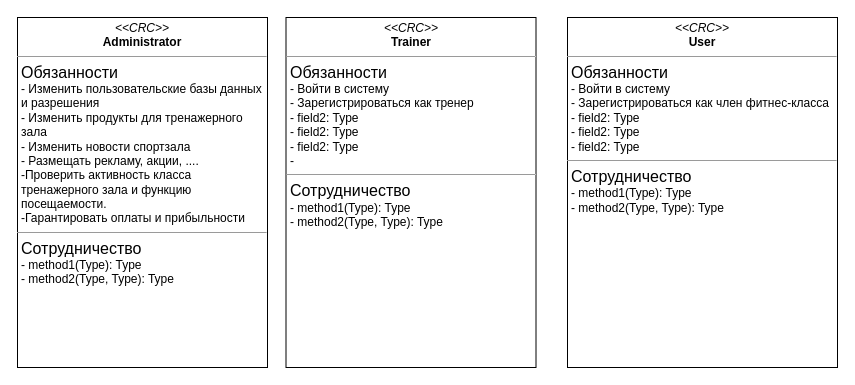
quyettranvu/Lab2-3_UML keeps this draw.io diagram as page "CRC-карта" (6 of 6) of Biểu đồ không có tiêu đề.drawio. Above is the earlier version. Source tidied: cells renumbered, new cells numbered last; positions are measured from the earlier drawing's top-left corner, leaving out a move shared by most shapes. Both pictures are drawn from the tidied source at 100%, with x=0, y=0 at pixel (17, 17).
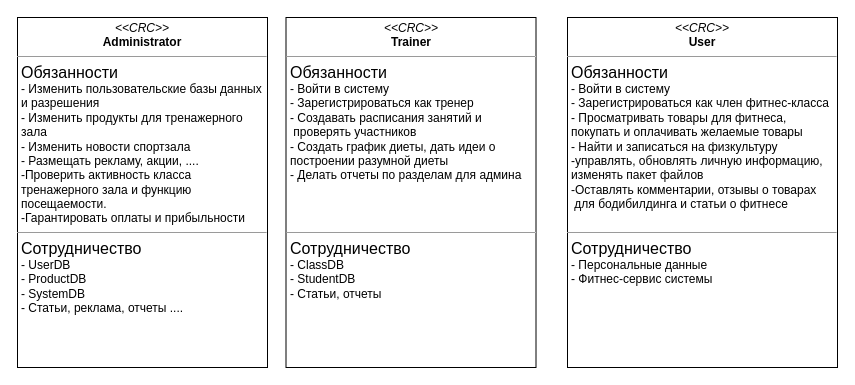
Above is the later version.

The edit, as a diff of the source:
```diff
@@
 <mxGraphModel>
   <root>
     <mxCell id="0" />
     <mxCell id="1" parent="0" />
-    <mxCell id="2" value="&lt;p style=&quot;margin:0px;margin-top:4px;text-align:center;&quot;&gt;&lt;i&gt;&amp;lt;&amp;lt;CRC&amp;gt;&amp;gt;&lt;/i&gt;&lt;br&gt;&lt;b&gt;Administrator&lt;/b&gt;&lt;/p&gt;&lt;hr size=&quot;1&quot;&gt;&lt;p style=&quot;margin:0px;margin-left:4px;&quot;&gt;&lt;font style=&quot;font-size: 16px;&quot;&gt;Обязанности&lt;/font&gt;&lt;span style=&quot;background-color: initial;&quot;&gt;&amp;nbsp;&lt;/span&gt;&lt;/p&gt;&lt;p style=&quot;margin:0px;margin-left:4px;&quot;&gt;- Изменить пользовательские базы данных&amp;nbsp;&lt;/p&gt;&lt;p style=&quot;margin:0px;margin-left:4px;&quot;&gt;и разрешения&lt;/p&gt;&lt;p style=&quot;margin:0px;margin-left:4px;&quot;&gt;-&amp;nbsp;Изменить продукты для тренажерного&amp;nbsp;&lt;/p&gt;&lt;p style=&quot;margin:0px;margin-left:4px;&quot;&gt;зала&lt;br&gt;&lt;/p&gt;&lt;p style=&quot;margin:0px;margin-left:4px;&quot;&gt;- Изменить новости спортзала&lt;br&gt;&lt;/p&gt;&lt;p style=&quot;margin:0px;margin-left:4px;&quot;&gt;-&amp;nbsp;Размещать рекламу, акции, ....&lt;br&gt;&lt;/p&gt;&lt;p style=&quot;margin:0px;margin-left:4px;&quot;&gt;-Проверить активность класса&lt;/p&gt;&lt;p style=&quot;margin:0px;margin-left:4px;&quot;&gt;тренажерного зала и функцию&amp;nbsp;&lt;/p&gt;&lt;p style=&quot;margin:0px;margin-left:4px;&quot;&gt;посещаемости.&lt;/p&gt;&lt;p style=&quot;margin:0px;margin-left:4px;&quot;&gt;-Гарантировать оплаты и прибыльности&lt;/p&gt;&lt;hr size=&quot;1&quot;&gt;&lt;p style=&quot;margin:0px;margin-left:4px;&quot;&gt;&lt;font style=&quot;font-size: 16px;&quot;&gt;Сотрудничество&lt;/font&gt;&lt;br&gt;&lt;/p&gt;&lt;p style=&quot;margin:0px;margin-left:4px;&quot;&gt;- method1(Type): Type&lt;br&gt;- method2(Type, Type): Type&lt;/p&gt;" style="verticalAlign=top;align=left;overflow=fill;fontSize=12;fontFamily=Helvetica;html=1;" parent="1" vertex="1">
+    <mxCell id="2" value="&lt;p style=&quot;margin:0px;margin-top:4px;text-align:center;&quot;&gt;&lt;i&gt;&amp;lt;&amp;lt;CRC&amp;gt;&amp;gt;&lt;/i&gt;&lt;br&gt;&lt;b&gt;Administrator&lt;/b&gt;&lt;/p&gt;&lt;hr size=&quot;1&quot;&gt;&lt;p style=&quot;margin:0px;margin-left:4px;&quot;&gt;&lt;font style=&quot;font-size: 16px;&quot;&gt;Обязанности&lt;/font&gt;&lt;span style=&quot;background-color: initial;&quot;&gt;&amp;nbsp;&lt;/span&gt;&lt;/p&gt;&lt;p style=&quot;margin:0px;margin-left:4px;&quot;&gt;- Изменить пользовательские базы данных&amp;nbsp;&lt;/p&gt;&lt;p style=&quot;margin:0px;margin-left:4px;&quot;&gt;и разрешения&lt;/p&gt;&lt;p style=&quot;margin:0px;margin-left:4px;&quot;&gt;-&amp;nbsp;Изменить продукты для тренажерного&amp;nbsp;&lt;/p&gt;&lt;p style=&quot;margin:0px;margin-left:4px;&quot;&gt;зала&lt;br&gt;&lt;/p&gt;&lt;p style=&quot;margin:0px;margin-left:4px;&quot;&gt;- Изменить новости спортзала&lt;br&gt;&lt;/p&gt;&lt;p style=&quot;margin:0px;margin-left:4px;&quot;&gt;-&amp;nbsp;Размещать рекламу, акции, ....&lt;br&gt;&lt;/p&gt;&lt;p style=&quot;margin:0px;margin-left:4px;&quot;&gt;-Проверить активность класса&lt;/p&gt;&lt;p style=&quot;margin:0px;margin-left:4px;&quot;&gt;тренажерного зала и функцию&amp;nbsp;&lt;/p&gt;&lt;p style=&quot;margin:0px;margin-left:4px;&quot;&gt;посещаемости.&lt;/p&gt;&lt;p style=&quot;margin:0px;margin-left:4px;&quot;&gt;-Гарантировать оплаты и прибыльности&lt;/p&gt;&lt;hr size=&quot;1&quot;&gt;&lt;p style=&quot;margin:0px;margin-left:4px;&quot;&gt;&lt;font style=&quot;font-size: 16px;&quot;&gt;Сотрудничество&lt;/font&gt;&lt;br&gt;&lt;/p&gt;&lt;p style=&quot;margin:0px;margin-left:4px;&quot;&gt;- UserDB&lt;br&gt;- ProductDB&lt;/p&gt;&lt;p style=&quot;margin:0px;margin-left:4px;&quot;&gt;- SystemDB&lt;/p&gt;&lt;p style=&quot;margin:0px;margin-left:4px;&quot;&gt;- Статьи, реклама, отчеты ....&lt;/p&gt;" style="verticalAlign=top;align=left;overflow=fill;fontSize=12;fontFamily=Helvetica;html=1;" parent="1" vertex="1">
       <mxGeometry width="250" height="350" as="geometry" />
     </mxCell>
-    <mxCell id="3" value="&lt;p style=&quot;margin:0px;margin-top:4px;text-align:center;&quot;&gt;&lt;i&gt;&amp;lt;&amp;lt;CRC&amp;gt;&amp;gt;&lt;/i&gt;&lt;br&gt;&lt;b&gt;Trainer&lt;/b&gt;&lt;/p&gt;&lt;hr size=&quot;1&quot;&gt;&lt;p style=&quot;margin:0px;margin-left:4px;&quot;&gt;&lt;span style=&quot;font-size: 16px;&quot;&gt;Обязанности&lt;/span&gt;&lt;br&gt;&lt;/p&gt;&lt;p style=&quot;margin:0px;margin-left:4px;&quot;&gt;- Войти в систему&lt;br&gt;- Зарегистрироваться как тренер&lt;/p&gt;&lt;p style=&quot;margin:0px;margin-left:4px;&quot;&gt;- field2: Type&lt;br&gt;&lt;/p&gt;&lt;p style=&quot;margin:0px;margin-left:4px;&quot;&gt;- field2: Type&lt;br&gt;&lt;/p&gt;&lt;p style=&quot;margin:0px;margin-left:4px;&quot;&gt;- field2: Type&lt;br&gt;&lt;/p&gt;&lt;p style=&quot;margin:0px;margin-left:4px;&quot;&gt;-&lt;/p&gt;&lt;hr size=&quot;1&quot;&gt;&lt;p style=&quot;margin:0px;margin-left:4px;&quot;&gt;&lt;span style=&quot;font-size: 16px;&quot;&gt;Сотрудничество&lt;/span&gt;&lt;br&gt;&lt;/p&gt;&lt;p style=&quot;margin:0px;margin-left:4px;&quot;&gt;- method1(Type): Type&lt;br&gt;- method2(Type, Type): Type&lt;/p&gt;" style="verticalAlign=top;align=left;overflow=fill;fontSize=12;fontFamily=Helvetica;html=1;" parent="1" vertex="1">
+    <mxCell id="3" value="&lt;p style=&quot;margin:0px;margin-top:4px;text-align:center;&quot;&gt;&lt;i&gt;&amp;lt;&amp;lt;CRC&amp;gt;&amp;gt;&lt;/i&gt;&lt;br&gt;&lt;b&gt;Trainer&lt;/b&gt;&lt;/p&gt;&lt;hr size=&quot;1&quot;&gt;&lt;p style=&quot;margin:0px;margin-left:4px;&quot;&gt;&lt;span style=&quot;font-size: 16px;&quot;&gt;Обязанности&lt;/span&gt;&lt;br&gt;&lt;/p&gt;&lt;p style=&quot;margin:0px;margin-left:4px;&quot;&gt;- Войти в систему&lt;br&gt;- Зарегистрироваться как тренер&lt;/p&gt;&lt;p style=&quot;margin:0px;margin-left:4px;&quot;&gt;-&amp;nbsp;Создавать расписания занятий и&lt;/p&gt;&lt;p style=&quot;margin:0px;margin-left:4px;&quot;&gt;&amp;nbsp;проверять участников&lt;br&gt;&lt;/p&gt;&lt;p style=&quot;margin:0px;margin-left:4px;&quot;&gt;- Создать график диеты,&amp;nbsp;дать идеи о&amp;nbsp;&lt;/p&gt;&lt;p style=&quot;margin:0px;margin-left:4px;&quot;&gt;построении разумной диеты&lt;br&gt;&lt;/p&gt;&lt;p style=&quot;margin:0px;margin-left:4px;&quot;&gt;- Делать отчеты по разделам для админа&lt;/p&gt;&lt;p style=&quot;margin:0px;margin-left:4px;&quot;&gt;&lt;br&gt;&lt;/p&gt;&lt;p style=&quot;margin:0px;margin-left:4px;&quot;&gt;&lt;br&gt;&lt;/p&gt;&lt;p style=&quot;margin:0px;margin-left:4px;&quot;&gt;&lt;br&gt;&lt;/p&gt;&lt;hr size=&quot;1&quot;&gt;&lt;p style=&quot;margin:0px;margin-left:4px;&quot;&gt;&lt;span style=&quot;font-size: 16px;&quot;&gt;Сотрудничество&lt;/span&gt;&lt;br&gt;&lt;/p&gt;&lt;p style=&quot;margin:0px;margin-left:4px;&quot;&gt;- ClassDB&lt;br&gt;&lt;/p&gt;&lt;p style=&quot;margin:0px;margin-left:4px;&quot;&gt;- StudentDB&lt;/p&gt;&lt;p style=&quot;margin:0px;margin-left:4px;&quot;&gt;- Статьи, отчеты&lt;br&gt;&lt;/p&gt;" style="verticalAlign=top;align=left;overflow=fill;fontSize=12;fontFamily=Helvetica;html=1;" parent="1" vertex="1">
       <mxGeometry x="268.5" width="250" height="350" as="geometry" />
     </mxCell>
-    <mxCell id="4" value="&lt;p style=&quot;margin:0px;margin-top:4px;text-align:center;&quot;&gt;&lt;i&gt;&amp;lt;&amp;lt;CRC&amp;gt;&amp;gt;&lt;/i&gt;&lt;br&gt;&lt;b&gt;User&lt;/b&gt;&lt;/p&gt;&lt;hr size=&quot;1&quot;&gt;&lt;p style=&quot;margin:0px;margin-left:4px;&quot;&gt;&lt;span style=&quot;font-size: 16px;&quot;&gt;Обязанности&lt;/span&gt;&lt;br&gt;&lt;/p&gt;&lt;p style=&quot;margin:0px;margin-left:4px;&quot;&gt;- Войти в систему&lt;br&gt;- Зарегистрироваться как член фитнес-класса&lt;/p&gt;&lt;p style=&quot;margin:0px;margin-left:4px;&quot;&gt;- field2: Type&lt;br&gt;&lt;/p&gt;&lt;p style=&quot;margin:0px;margin-left:4px;&quot;&gt;- field2: Type&lt;br&gt;&lt;/p&gt;&lt;p style=&quot;margin:0px;margin-left:4px;&quot;&gt;- field2: Type&lt;br&gt;&lt;/p&gt;&lt;hr size=&quot;1&quot;&gt;&lt;p style=&quot;margin:0px;margin-left:4px;&quot;&gt;&lt;span style=&quot;font-size: 16px;&quot;&gt;Сотрудничество&lt;/span&gt;&lt;br&gt;&lt;/p&gt;&lt;p style=&quot;margin:0px;margin-left:4px;&quot;&gt;- method1(Type): Type&lt;br&gt;- method2(Type, Type): Type&lt;/p&gt;" style="verticalAlign=top;align=left;overflow=fill;fontSize=12;fontFamily=Helvetica;html=1;" parent="1" vertex="1">
+    <mxCell id="4" value="&lt;p style=&quot;margin:0px;margin-top:4px;text-align:center;&quot;&gt;&lt;i&gt;&amp;lt;&amp;lt;CRC&amp;gt;&amp;gt;&lt;/i&gt;&lt;br&gt;&lt;b&gt;User&lt;/b&gt;&lt;/p&gt;&lt;hr size=&quot;1&quot;&gt;&lt;p style=&quot;margin:0px;margin-left:4px;&quot;&gt;&lt;span style=&quot;font-size: 16px;&quot;&gt;Обязанности&lt;/span&gt;&lt;br&gt;&lt;/p&gt;&lt;p style=&quot;margin:0px;margin-left:4px;&quot;&gt;- Войти в систему&lt;br&gt;- Зарегистрироваться как член фитнес-класса&lt;/p&gt;&lt;p style=&quot;margin:0px;margin-left:4px;&quot;&gt;-&amp;nbsp;Просматривать товары для фитнеса,&amp;nbsp;&lt;/p&gt;&lt;p style=&quot;margin:0px;margin-left:4px;&quot;&gt;покупать и оплачивать желаемые товары&lt;br&gt;&lt;/p&gt;&lt;p style=&quot;margin:0px;margin-left:4px;&quot;&gt;- Найти и записаться на физкультуру&lt;br&gt;&lt;/p&gt;&lt;p style=&quot;margin:0px;margin-left:4px;&quot;&gt;-управлять, обновлять личную информацию,&amp;nbsp;&lt;/p&gt;&lt;p style=&quot;margin:0px;margin-left:4px;&quot;&gt;изменять пакет файлов&lt;/p&gt;&lt;p style=&quot;margin:0px;margin-left:4px;&quot;&gt;-Оставлять комментарии, отзывы о товарах&lt;/p&gt;&lt;p style=&quot;margin:0px;margin-left:4px;&quot;&gt;&amp;nbsp;для бодибилдинга и статьи о фитнесе&lt;/p&gt;&lt;p style=&quot;margin:0px;margin-left:4px;&quot;&gt;&lt;br&gt;&lt;/p&gt;&lt;hr size=&quot;1&quot;&gt;&lt;p style=&quot;margin:0px;margin-left:4px;&quot;&gt;&lt;span style=&quot;font-size: 16px;&quot;&gt;Сотрудничество&lt;/span&gt;&lt;br&gt;&lt;/p&gt;&lt;p style=&quot;margin:0px;margin-left:4px;&quot;&gt;-&amp;nbsp;Персональные данные&lt;br&gt;-&amp;nbsp;Фитнес-сервис системы&lt;/p&gt;" style="verticalAlign=top;align=left;overflow=fill;fontSize=12;fontFamily=Helvetica;html=1;" parent="1" vertex="1">
       <mxGeometry x="550" width="270" height="350" as="geometry" />
     </mxCell>
   </root>
 </mxGraphModel>
```
